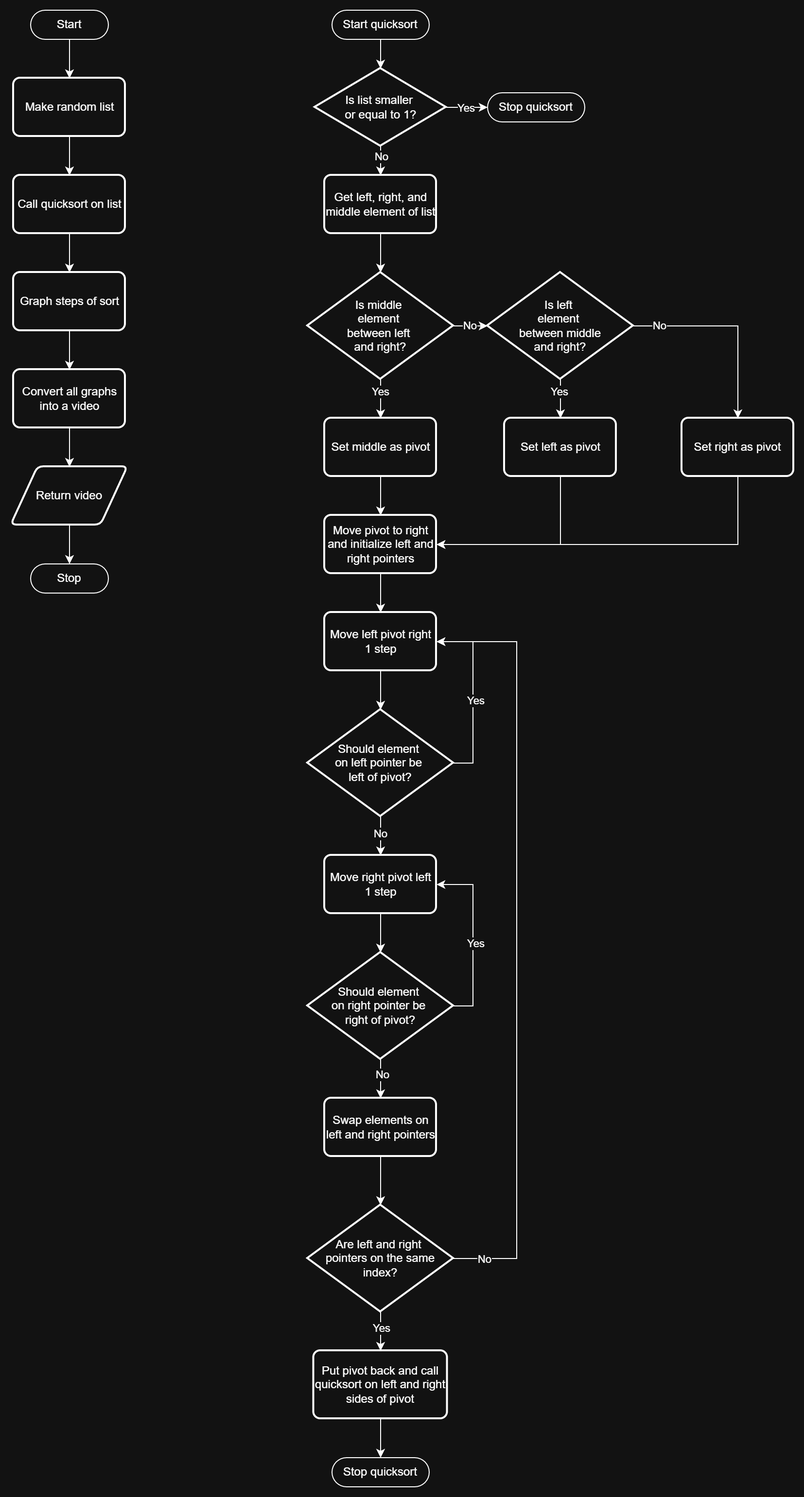
Above: flowchart.png in YangHsiu/QuicksortVisualization (draw.io), before the change. Source tidied: cells renumbered, new cells last; positions are measured from the earlier drawing's top-left corner, leaving out a move shared by most shapes.
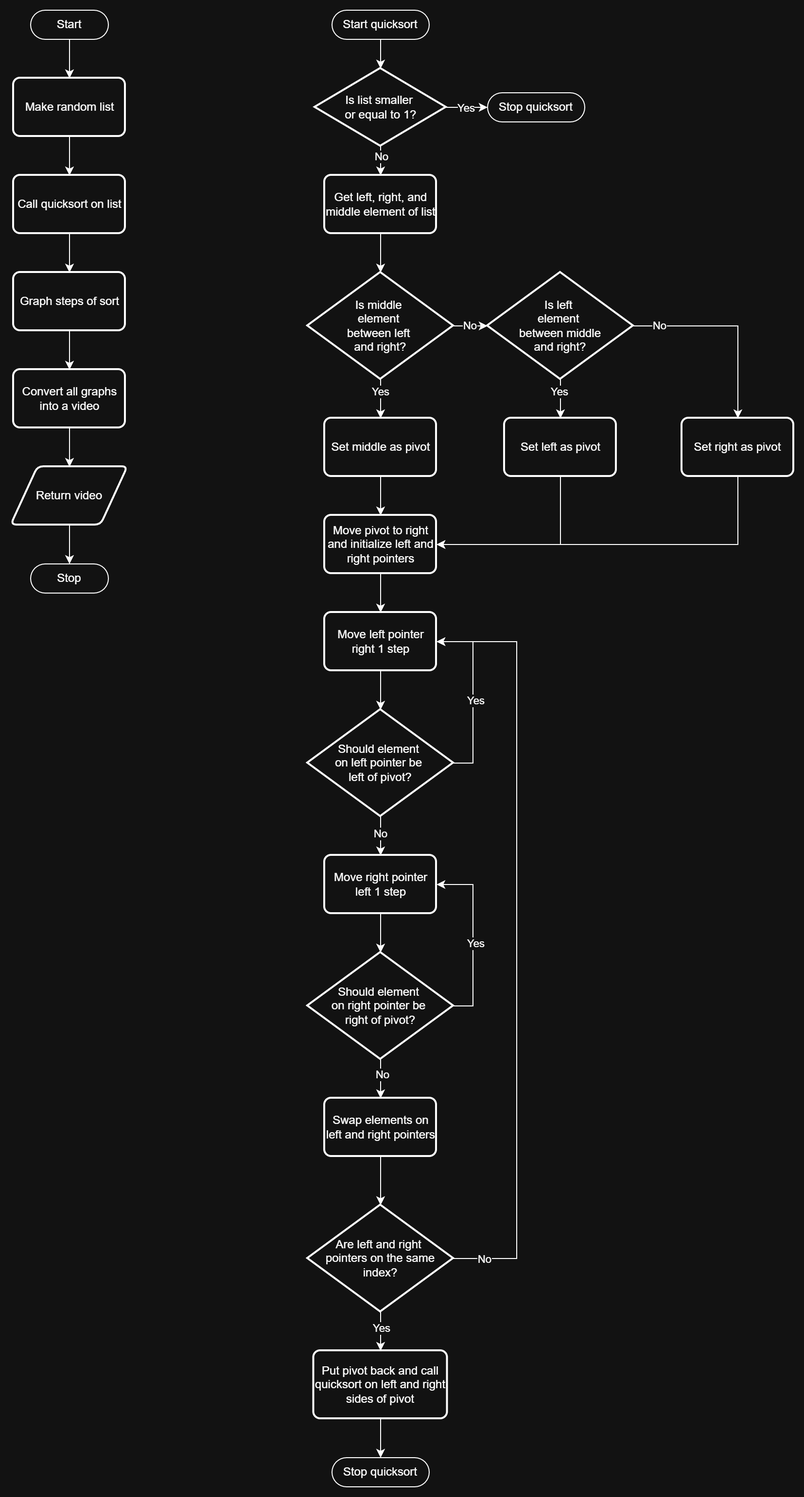
The same diagram one commit later.

What changed in the source:
```diff
@@ -71,7 +71,7 @@
     <mxCell id="24" value="Move pivot to right&lt;div&gt;and&amp;nbsp;initialize left and right pointers&lt;/div&gt;" style="rounded=1;whiteSpace=wrap;html=1;absoluteArcSize=1;arcSize=14;strokeWidth=2;" parent="1" vertex="1">
       <mxGeometry x="322.5" y="520" width="115" height="60" as="geometry" />
     </mxCell>
-    <mxCell id="25" value="Move left pivot right 1 step" style="rounded=1;whiteSpace=wrap;html=1;absoluteArcSize=1;arcSize=14;strokeWidth=2;" parent="1" vertex="1">
+    <mxCell id="25" value="Move left pointer right 1 step" style="rounded=1;whiteSpace=wrap;html=1;absoluteArcSize=1;arcSize=14;strokeWidth=2;" parent="1" vertex="1">
       <mxGeometry x="322.5" y="620" width="115" height="60" as="geometry" />
     </mxCell>
     <mxCell id="26" style="edgeStyle=orthogonalEdgeStyle;rounded=0;jettySize=auto;html=1;exitX=1;exitY=0.5;exitDx=0;exitDy=0;exitPerimeter=0;entryX=1;entryY=0.5;entryDx=0;entryDy=0;" parent="1" edge="1" source="30" target="25">
@@ -92,7 +92,7 @@
     <mxCell id="31" style="edgeStyle=orthogonalEdgeStyle;rounded=0;jettySize=auto;html=1;exitX=0.5;exitY=1;exitDx=0;exitDy=0;entryX=0.5;entryY=0;entryDx=0;entryDy=0;entryPerimeter=0;" parent="1" edge="1" source="25" target="30">
       <mxGeometry relative="1" as="geometry" />
     </mxCell>
-    <mxCell id="32" value="Move right pivot left 1 step" style="rounded=1;whiteSpace=wrap;html=1;absoluteArcSize=1;arcSize=14;strokeWidth=2;" parent="1" vertex="1">
+    <mxCell id="32" value="Move right pointer left 1 step" style="rounded=1;whiteSpace=wrap;html=1;absoluteArcSize=1;arcSize=14;strokeWidth=2;" parent="1" vertex="1">
       <mxGeometry x="322.5" y="870" width="115" height="60" as="geometry" />
     </mxCell>
     <mxCell id="33" style="edgeStyle=orthogonalEdgeStyle;rounded=0;jettySize=auto;html=1;exitX=1;exitY=0.5;exitDx=0;exitDy=0;exitPerimeter=0;entryX=1;entryY=0.5;entryDx=0;entryDy=0;" parent="1" edge="1" source="37" target="32">
```
